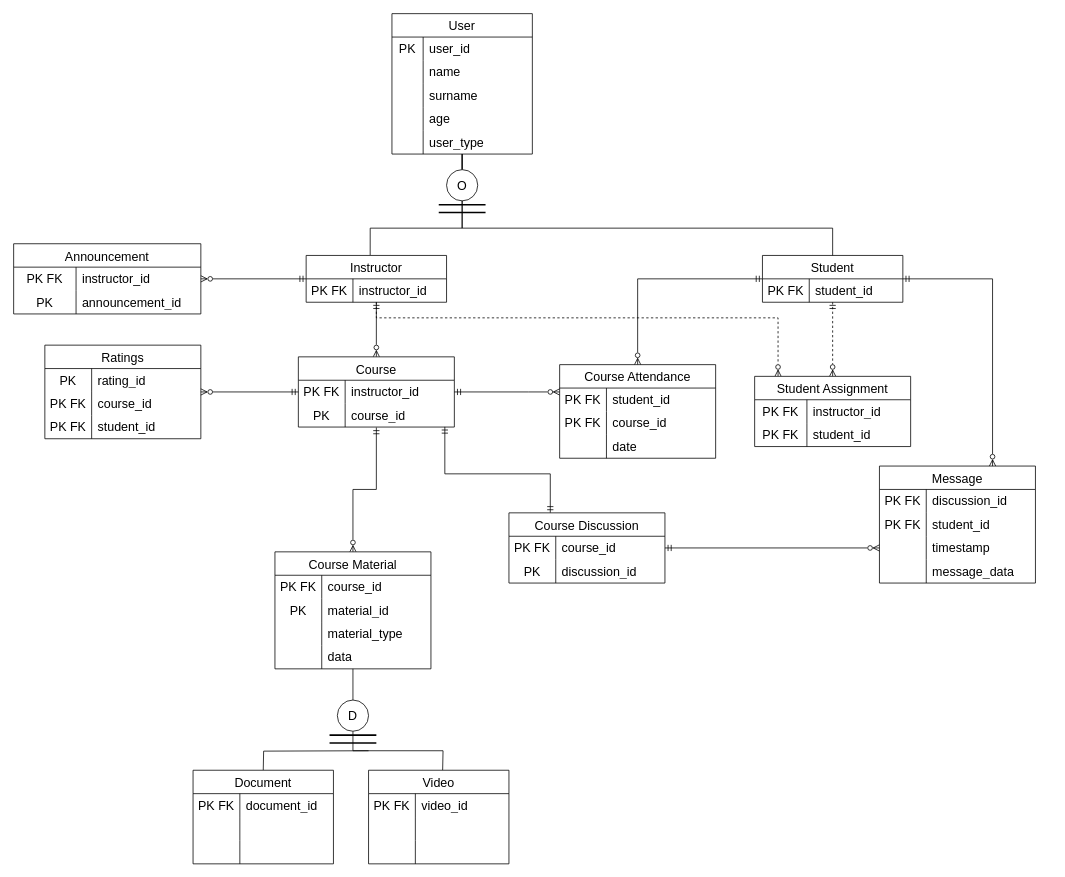
Before: Başlıksız Diyagram.drawio in Luieitalian/VTYS, a draw.io diagram. Source tidied: cells renumbered, new cells numbered last; positions are measured from the earlier drawing's top-left corner, leaving out a move shared by most shapes. Both pictures are drawn from the tidied source at 78%, with x=0, y=0 at pixel (13, 13).
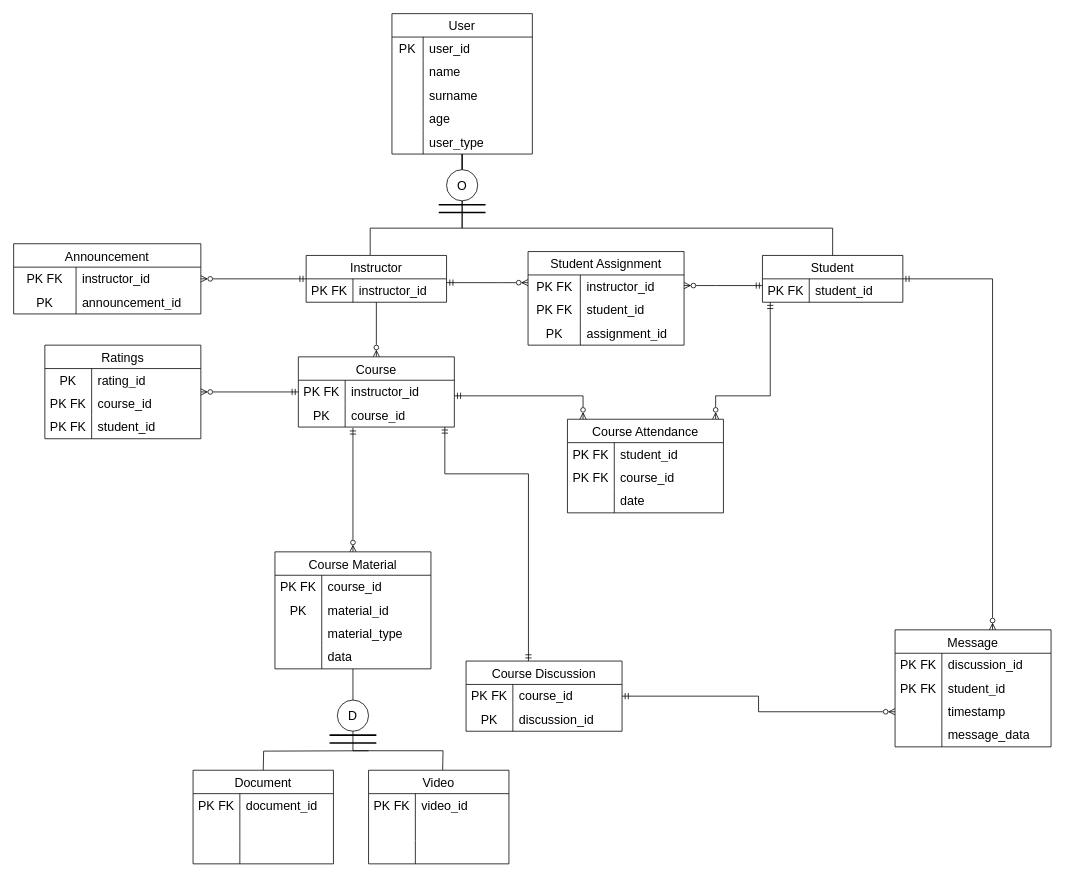
The same diagram, later.

Unchanged cells that the change refers to:
```xml
<mxCell id="21" value="Instructor" style="shape=table;startSize=30;childLayout=tableLayout;rowLines=0;fontStyle=0;strokeColor=default;fontSize=16;" parent="1" vertex="1">
  <mxGeometry x="375" y="310" width="180" height="60" as="geometry" />
</mxCell>
<mxCell id="22" style="shape=tableRow;horizontal=0;startSize=0;swimlaneHead=0;swimlaneBody=0;top=0;left=0;bottom=0;right=0;fillColor=none;points=[[0,0.5],[1,0.5]];portConstraint=eastwest;strokeColor=inherit;fontSize=16;" parent="21" vertex="1">
  <mxGeometry y="30" width="180" height="30" as="geometry" />
</mxCell>
<mxCell id="27" value="Student" style="shape=table;startSize=30;childLayout=tableLayout;rowLines=0;fontStyle=0;strokeColor=default;fontSize=16;" parent="1" vertex="1">
  <mxGeometry x="960" y="310" width="180" height="60" as="geometry" />
</mxCell>
<mxCell id="28" style="shape=tableRow;horizontal=0;startSize=0;swimlaneHead=0;swimlaneBody=0;top=0;left=0;bottom=0;right=0;fillColor=none;points=[[0,0.5],[1,0.5]];portConstraint=eastwest;strokeColor=inherit;fontSize=16;" parent="27" vertex="1">
  <mxGeometry y="30" width="180" height="30" as="geometry" />
</mxCell>
<mxCell id="40" style="shape=tableRow;horizontal=0;startSize=0;swimlaneHead=0;swimlaneBody=0;top=0;left=0;bottom=0;right=0;fillColor=none;points=[[0,0.5],[1,0.5]];portConstraint=eastwest;strokeColor=inherit;fontSize=16;" parent="39" vertex="1">
  <mxGeometry y="30" width="200" height="30" as="geometry" />
</mxCell>
<mxCell id="43" style="shape=tableRow;horizontal=0;startSize=0;swimlaneHead=0;swimlaneBody=0;top=0;left=0;bottom=0;right=0;fillColor=none;points=[[0,0.5],[1,0.5]];portConstraint=eastwest;strokeColor=inherit;fontSize=16;" parent="39" vertex="1">
  <mxGeometry y="60" width="200" height="30" as="geometry" />
</mxCell>
<mxCell id="58" value="Course Material" style="shape=table;startSize=30;childLayout=tableLayout;rowLines=0;fontStyle=0;strokeColor=default;fontSize=16;" parent="1" vertex="1">
  <mxGeometry x="335" y="690" width="200" height="150" as="geometry" />
</mxCell>
```

Change to the diagram source:
```diff
@@
-    <mxCell id="19" style="edgeStyle=orthogonalEdgeStyle;jettySize=auto;html=1;strokeColor=default;rounded=0;startArrow=ERmandOne;startFill=0;endArrow=ERzeroToMany;endFill=0;jumpStyle=none;shadow=0;dashed=1;" parent="1" edge="1" source="21" target="119">
+    <mxCell id="19" style="edgeStyle=orthogonalEdgeStyle;jettySize=auto;html=1;strokeColor=default;rounded=0;startArrow=ERmandOne;startFill=0;endArrow=ERzeroToMany;endFill=0;jumpStyle=none;shadow=0;exitX=1.001;exitY=0.162;exitDx=0;exitDy=0;exitPerimeter=0;" parent="1" edge="1" source="22" target="119">
       <mxGeometry relative="1" as="geometry">
         <Array as="points">
-          <mxPoint x="465" y="390" />
-          <mxPoint x="980" y="390" />
+          <mxPoint x="620" y="345" />
+          <mxPoint x="620" y="345" />
         </Array>
       </mxGeometry>
     </mxCell>
@@
-    <mxCell id="25" style="edgeStyle=orthogonalEdgeStyle;rounded=0;jettySize=auto;html=1;entryX=0.5;entryY=0;entryDx=0;entryDy=0;startArrow=ERmandOne;startFill=0;endArrow=ERzeroToMany;endFill=0;" parent="1" edge="1" source="27" target="46">
-      <mxGeometry relative="1" as="geometry" />
+    <mxCell id="25" style="edgeStyle=orthogonalEdgeStyle;rounded=0;jettySize=auto;html=1;startArrow=ERmandOne;startFill=0;endArrow=ERzeroToMany;endFill=0;" parent="1" edge="1" source="27" target="46">
+      <mxGeometry relative="1" as="geometry">
+        <Array as="points">
+          <mxPoint x="970" y="490" />
+          <mxPoint x="900" y="490" />
+        </Array>
+      </mxGeometry>
     </mxCell>
-    <mxCell id="26" style="edgeStyle=orthogonalEdgeStyle;rounded=0;jettySize=auto;html=1;startArrow=ERmandOne;startFill=0;endArrow=ERzeroToMany;endFill=0;dashed=1;" parent="1" edge="1" source="27" target="119">
-      <mxGeometry relative="1" as="geometry" />
+    <mxCell id="26" style="edgeStyle=orthogonalEdgeStyle;rounded=0;jettySize=auto;html=1;startArrow=ERmandOne;startFill=0;endArrow=ERzeroToMany;endFill=0;exitX=0;exitY=0.287;exitDx=0;exitDy=0;exitPerimeter=0;" parent="1" edge="1" source="28" target="119">
+      <mxGeometry relative="1" as="geometry">
+        <Array as="points">
+          <mxPoint x="900" y="349" />
+          <mxPoint x="900" y="349" />
+        </Array>
+      </mxGeometry>
     </mxCell>
@@
     <mxCell id="37" style="edgeStyle=orthogonalEdgeStyle;rounded=0;jettySize=auto;html=1;exitX=0.939;exitY=0.993;exitDx=0;exitDy=0;exitPerimeter=0;startArrow=ERmandOne;startFill=0;endArrow=ERmandOne;endFill=0;" parent="1" edge="1" source="43" target="98">
       <mxGeometry relative="1" as="geometry">
         <Array as="points">
           <mxPoint x="553" y="590" />
-          <mxPoint x="688" y="590" />
+          <mxPoint x="660" y="590" />
         </Array>
       </mxGeometry>
     </mxCell>
@@
     <mxCell id="46" value="Course Attendance" style="shape=table;startSize=30;childLayout=tableLayout;rowLines=0;fontStyle=0;strokeColor=default;fontSize=16;" parent="1" vertex="1">
-      <mxGeometry x="700" y="450" width="200" height="120" as="geometry" />
+      <mxGeometry x="710" y="520" width="200" height="120" as="geometry" />
     </mxCell>
@@
-    <mxCell id="57" style="edgeStyle=orthogonalEdgeStyle;rounded=0;jettySize=auto;html=1;entryX=0.5;entryY=1.02;entryDx=0;entryDy=0;entryPerimeter=0;startArrow=ERzeroToMany;startFill=0;endArrow=ERmandOne;endFill=0;" parent="1" edge="1" source="58" target="43">
-      <mxGeometry relative="1" as="geometry" />
+    <mxCell id="57" style="edgeStyle=orthogonalEdgeStyle;rounded=0;jettySize=auto;html=1;startArrow=ERzeroToMany;startFill=0;endArrow=ERmandOne;endFill=0;" parent="1" edge="1" source="58">
+      <mxGeometry relative="1" as="geometry">
+        <mxPoint x="435" y="531" as="targetPoint" />
+        <Array as="points">
+          <mxPoint x="435" y="531" />
+        </Array>
+      </mxGeometry>
     </mxCell>
@@
     <mxCell id="96" style="edgeStyle=orthogonalEdgeStyle;rounded=0;jettySize=auto;html=1;startArrow=ERmandOne;startFill=0;endArrow=ERzeroToMany;endFill=0;" parent="1" edge="1" source="40" target="46">
       <mxGeometry relative="1" as="geometry">
         <Array as="points">
-          <mxPoint x="660" y="485" />
-          <mxPoint x="660" y="485" />
+          <mxPoint x="730" y="490" />
         </Array>
       </mxGeometry>
     </mxCell>
@@
     <mxCell id="98" value="Course Discussion" style="shape=table;startSize=30;childLayout=tableLayout;rowLines=0;fontStyle=0;strokeColor=default;fontSize=16;" parent="1" vertex="1">
-      <mxGeometry x="635" y="640" width="200" height="90" as="geometry" />
+      <mxGeometry x="580" y="830" width="200" height="90" as="geometry" />
     </mxCell>
@@
     <mxCell id="105" value="Message" style="shape=table;startSize=30;childLayout=tableLayout;rowLines=0;fontStyle=0;strokeColor=default;fontSize=16;" parent="1" vertex="1">
-      <mxGeometry x="1110" y="580" width="200" height="150" as="geometry" />
+      <mxGeometry x="1130" y="790" width="200" height="150" as="geometry" />
     </mxCell>
@@
     <mxCell id="119" value="Student Assignment" style="shape=table;startSize=30;childLayout=tableLayout;rowLines=0;fontStyle=0;strokeColor=default;fontSize=16;" parent="1" vertex="1">
-      <mxGeometry x="950" y="465" width="200" height="90" as="geometry" />
+      <mxGeometry x="659.5" y="305" width="200" height="120" as="geometry" />
     </mxCell>
@@
+    <mxCell id="143" style="shape=tableRow;horizontal=0;startSize=0;swimlaneHead=0;swimlaneBody=0;top=0;left=0;bottom=0;right=0;fillColor=none;strokeColor=inherit;fontSize=16;" parent="119" vertex="1">
+      <mxGeometry y="90" width="200" height="30" as="geometry" />
+    </mxCell>
+    <mxCell id="144" value="PK" style="shape=partialRectangle;html=1;whiteSpace=wrap;fillColor=none;top=0;left=0;bottom=0;right=0;overflow=hidden;strokeColor=inherit;fontSize=16;" parent="143" vertex="1">
+      <mxGeometry width="67" height="30" as="geometry" />
+    </mxCell>
+    <mxCell id="145" value="assignment_id" style="shape=partialRectangle;html=1;whiteSpace=wrap;fillColor=none;top=0;left=0;bottom=0;right=0;align=left;spacingLeft=6;overflow=hidden;strokeColor=inherit;fontSize=16;" parent="143" vertex="1">
+      <mxGeometry x="67" width="133" height="30" as="geometry" />
+    </mxCell>
```
